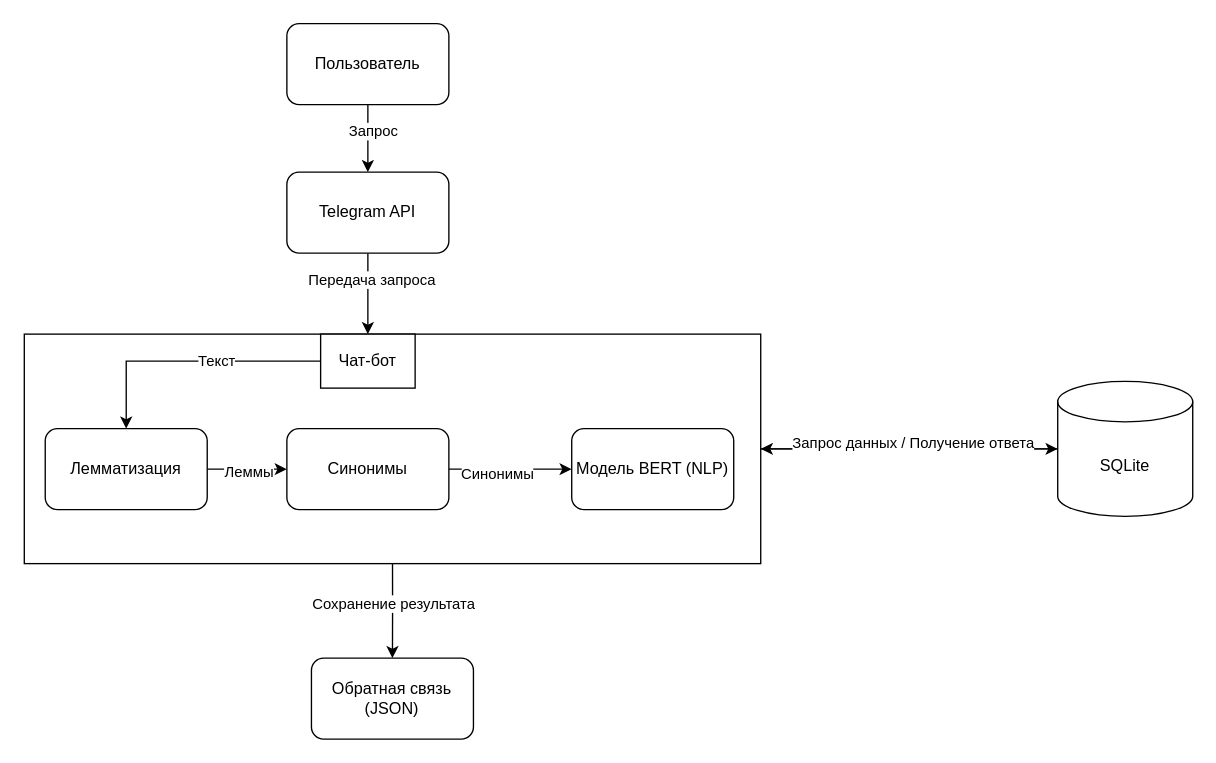
Above: diagram-1_1.drawio in KarimFaik/VKR_01 (draw.io), before the change. Source tidied: cells renumbered, new cells numbered last; positions are measured from the earlier drawing's top-left corner, leaving out a move shared by most shapes. Both pictures are drawn from the tidied source at 135%, with x=0, y=0 at pixel (23, 23).
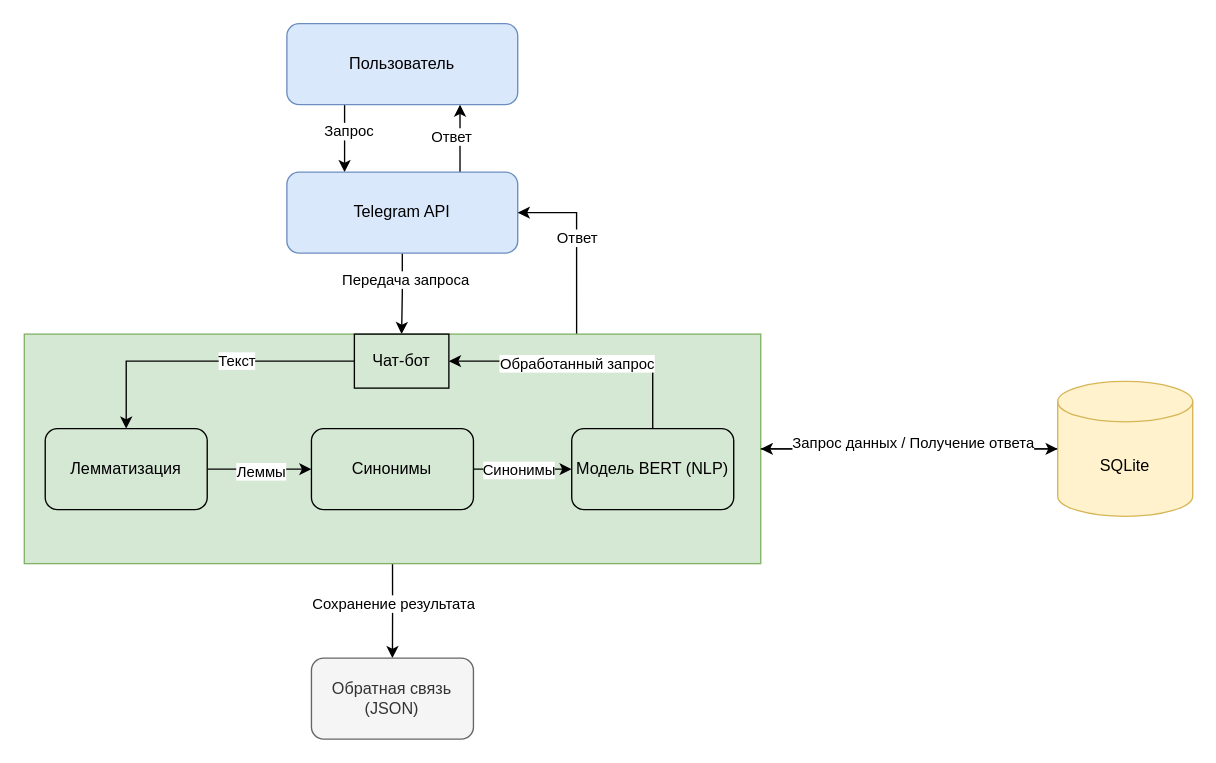
After the change.

Unchanged cells that the change refers to:
```xml
<mxCell id="11" style="edgeStyle=orthogonalEdgeStyle;rounded=0;jettySize=auto;html=1;exitX=1;exitY=0.5;exitDx=0;exitDy=0;entryX=0;entryY=0.5;entryDx=0;entryDy=0;" parent="1" edge="1" source="13" target="14">
  <mxGeometry relative="1" as="geometry">
    <Array as="points">
      <mxPoint x="326" y="330" />
      <mxPoint x="326" y="330" />
    </Array>
  </mxGeometry>
</mxCell>
```

The edit, as a diff of the source:
```diff
@@
-    <mxCell id="2" style="edgeStyle=orthogonalEdgeStyle;rounded=0;jettySize=auto;html=1;exitX=0.5;exitY=1;exitDx=0;exitDy=0;entryX=0.5;entryY=0;entryDx=0;entryDy=0;" parent="1" edge="1" source="4" target="7">
+    <mxCell id="2" style="edgeStyle=orthogonalEdgeStyle;rounded=0;jettySize=auto;html=1;exitX=0.25;exitY=1;exitDx=0;exitDy=0;entryX=0.25;entryY=0;entryDx=0;entryDy=0;" parent="1" edge="1" source="4" target="7">
       <mxGeometry relative="1" as="geometry" />
     </mxCell>
@@
-    <mxCell id="4" value="&lt;div&gt;Пользователь&lt;/div&gt;" style="rounded=1;whiteSpace=wrap;html=1;" parent="1" vertex="1">
-      <mxGeometry x="195" width="120" height="60" as="geometry" />
+    <mxCell id="4" value="&lt;div&gt;Пользователь&lt;/div&gt;" style="rounded=1;whiteSpace=wrap;html=1;fillColor=#dae8fc;strokeColor=#6c8ebf;" parent="1" vertex="1">
+      <mxGeometry x="195" width="171" height="60" as="geometry" />
     </mxCell>
@@
+    <mxCell id="26" style="edgeStyle=orthogonalEdgeStyle;rounded=0;jettySize=auto;html=1;exitX=0.75;exitY=0;exitDx=0;exitDy=0;entryX=0.75;entryY=1;entryDx=0;entryDy=0;" parent="1" edge="1" source="7" target="4">
+      <mxGeometry relative="1" as="geometry" />
+    </mxCell>
+    <mxCell id="27" value="&lt;div&gt;Ответ&lt;/div&gt;" style="edgeLabel;html=1;align=center;verticalAlign=middle;" parent="26" vertex="1">
+      <mxGeometry x="0.08" y="7" relative="1" as="geometry" />
+    </mxCell>
-    <mxCell id="7" value="Telegram API" style="rounded=1;whiteSpace=wrap;html=1;" parent="1" vertex="1">
-      <mxGeometry x="195" y="110" width="120" height="60" as="geometry" />
+    <mxCell id="7" value="Telegram API" style="rounded=1;whiteSpace=wrap;html=1;fillColor=#dae8fc;strokeColor=#6c8ebf;" parent="1" vertex="1">
+      <mxGeometry x="195" y="110" width="171" height="60" as="geometry" />
     </mxCell>
@@
+    <mxCell id="28" style="edgeStyle=orthogonalEdgeStyle;rounded=0;jettySize=auto;html=1;exitX=0.75;exitY=0;exitDx=0;exitDy=0;entryX=1;entryY=0.5;entryDx=0;entryDy=0;" parent="1" edge="1" source="10" target="7">
+      <mxGeometry relative="1" as="geometry">
+        <Array as="points">
+          <mxPoint x="410" y="140" />
+        </Array>
+      </mxGeometry>
+    </mxCell>
+    <mxCell id="29" value="&lt;div&gt;Ответ&lt;/div&gt;" style="edgeLabel;html=1;align=center;verticalAlign=middle;" parent="28" vertex="1">
+      <mxGeometry x="0.08" relative="1" as="geometry" />
+    </mxCell>
-    <mxCell id="10" style="rounded=0;whiteSpace=wrap;html=1;" parent="1" vertex="1">
+    <mxCell id="10" style="rounded=0;whiteSpace=wrap;html=1;fillColor=#d5e8d4;strokeColor=#82b366;" parent="1" vertex="1">
       <mxGeometry x="0.5" y="230" width="545.5" height="170" as="geometry" />
     </mxCell>
@@
     <mxCell id="12" value="&lt;div&gt;Синонимы&lt;/div&gt;" style="edgeLabel;html=1;align=center;verticalAlign=middle;" parent="11" vertex="1">
-      <mxGeometry x="-0.23" y="-3" relative="1" as="geometry" />
+      <mxGeometry x="-0.23" y="-3" relative="1" as="geometry">
+        <mxPoint x="14" y="-3" as="offset" />
+      </mxGeometry>
     </mxCell>
-    <mxCell id="13" value="&lt;div&gt;Синонимы&lt;/div&gt;" style="rounded=1;whiteSpace=wrap;html=1;" parent="1" vertex="1">
-      <mxGeometry x="195" y="300" width="120" height="60" as="geometry" />
+    <mxCell id="13" value="&lt;div&gt;Синонимы&lt;/div&gt;" style="rounded=1;whiteSpace=wrap;html=1;fillColor=#d5e8d4;strokeColor=light-dark(#000000, #446e2c);" parent="1" vertex="1">
+      <mxGeometry x="213.2" y="300" width="120" height="60" as="geometry" />
     </mxCell>
-    <mxCell id="14" value="&lt;div&gt;&lt;span style=&quot;background-color: transparent; color: light-dark(rgb(0, 0, 0), rgb(255, 255, 255));&quot;&gt;Модель&amp;nbsp;&lt;/span&gt;BERT (NLP)&lt;/div&gt;" style="rounded=1;whiteSpace=wrap;html=1;" parent="1" vertex="1">
+    <mxCell id="14" value="&lt;div&gt;&lt;span style=&quot;background-color: transparent; color: light-dark(rgb(0, 0, 0), rgb(255, 255, 255));&quot;&gt;Модель&amp;nbsp;&lt;/span&gt;BERT (NLP)&lt;/div&gt;" style="rounded=1;whiteSpace=wrap;html=1;fillColor=#d5e8d4;strokeColor=light-dark(#000000, #446e2c);" parent="1" vertex="1">
       <mxGeometry x="406" y="300" width="120" height="60" as="geometry" />
     </mxCell>
@@
-    <mxCell id="17" value="&lt;div&gt;Лемматизация&lt;/div&gt;" style="rounded=1;whiteSpace=wrap;html=1;" parent="1" vertex="1">
+    <mxCell id="17" value="&lt;div&gt;Лемматизация&lt;/div&gt;" style="rounded=1;whiteSpace=wrap;html=1;fillColor=#d5e8d4;strokeColor=light-dark(#000000, #446e2c);" parent="1" vertex="1">
       <mxGeometry x="16" y="300" width="120" height="60" as="geometry" />
     </mxCell>
@@
-    <mxCell id="19" value="SQLite" style="shape=cylinder3;whiteSpace=wrap;html=1;boundedLbl=1;backgroundOutline=1;size=15;" parent="1" vertex="1">
+    <mxCell id="19" value="SQLite" style="shape=cylinder3;whiteSpace=wrap;html=1;boundedLbl=1;backgroundOutline=1;size=15;fillColor=#fff2cc;strokeColor=#d6b656;" parent="1" vertex="1">
       <mxGeometry x="766" y="265" width="100" height="100" as="geometry" />
     </mxCell>
-    <mxCell id="20" value="&lt;div&gt;Обратная связь (JSON)&lt;/div&gt;" style="rounded=1;whiteSpace=wrap;html=1;" parent="1" vertex="1">
+    <mxCell id="20" value="&lt;div&gt;Обратная связь (JSON)&lt;/div&gt;" style="rounded=1;whiteSpace=wrap;html=1;fillColor=#f5f5f5;fontColor=#333333;strokeColor=#666666;" parent="1" vertex="1">
       <mxGeometry x="213.2" y="470" width="120" height="60" as="geometry" />
     </mxCell>
@@
-    <mxCell id="23" value="Чат-бот" style="whiteSpace=wrap;html=1;" parent="1" vertex="1">
-      <mxGeometry x="220" y="230" width="70" height="40" as="geometry" />
+    <mxCell id="23" value="Чат-бот" style="whiteSpace=wrap;html=1;fillColor=#d5e8d4;strokeColor=light-dark(#000000, #446e2c);" parent="1" vertex="1">
+      <mxGeometry x="245" y="230" width="70" height="40" as="geometry" />
     </mxCell>
@@
+    <mxCell id="30" style="edgeStyle=orthogonalEdgeStyle;rounded=0;jettySize=auto;html=1;exitX=0.5;exitY=0;exitDx=0;exitDy=0;entryX=1;entryY=0.5;entryDx=0;entryDy=0;" parent="1" edge="1" source="14" target="23">
+      <mxGeometry relative="1" as="geometry" />
+    </mxCell>
+    <mxCell id="31" value="&lt;div&gt;Обработанный запрос&lt;/div&gt;" style="edgeLabel;html=1;align=center;verticalAlign=middle;" parent="30" vertex="1">
+      <mxGeometry x="0.06" y="1" relative="1" as="geometry" />
+    </mxCell>
```
